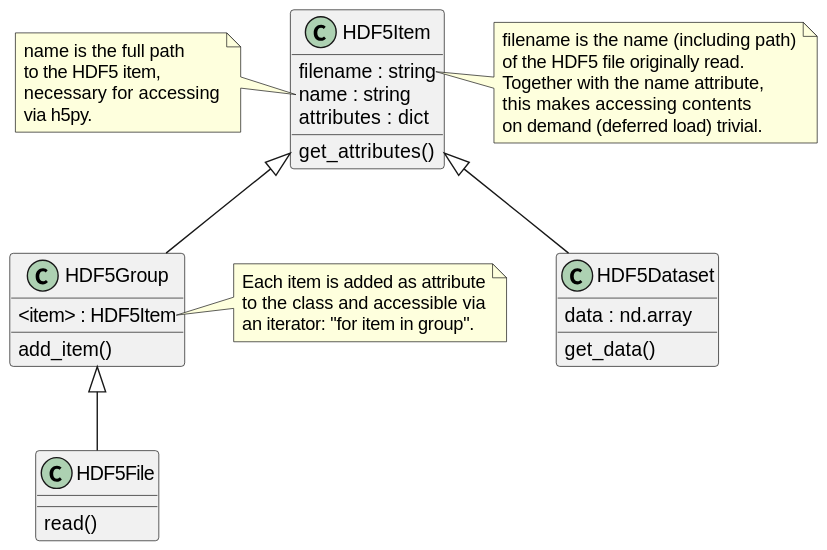
Earlier version of the PlantUML export docs/uml/evedata.io.eveH5.svg (tillbiskup/evedata). Its diagram source:
```plantuml
@startuml

class HDF5Item {
    filename : string
    name : string
    attributes : dict
    get_attributes()
}

note right of HDF5Item::filename {
    filename is the name (including path)
    of the HDF5 file originally read.
    Together with the name attribute,
    this makes accessing contents
    on demand (deferred load) trivial.
}

note left of HDF5Item::name {
    name is the full path
    to the HDF5 item,
    necessary for accessing
    via h5py.
}

class HDF5Group extends HDF5Item {
    <item> : HDF5Item
    add_item()
}

note right of HDF5Group::<item> {
    Each item is added as attribute
    to the class and accessible via
    an iterator: "for item in group".
}

class HDF5Dataset extends HDF5Item {
    data : nd.array
    get_data()
}


class HDF5File extends HDF5Group {
    read()
}
@enduml
```
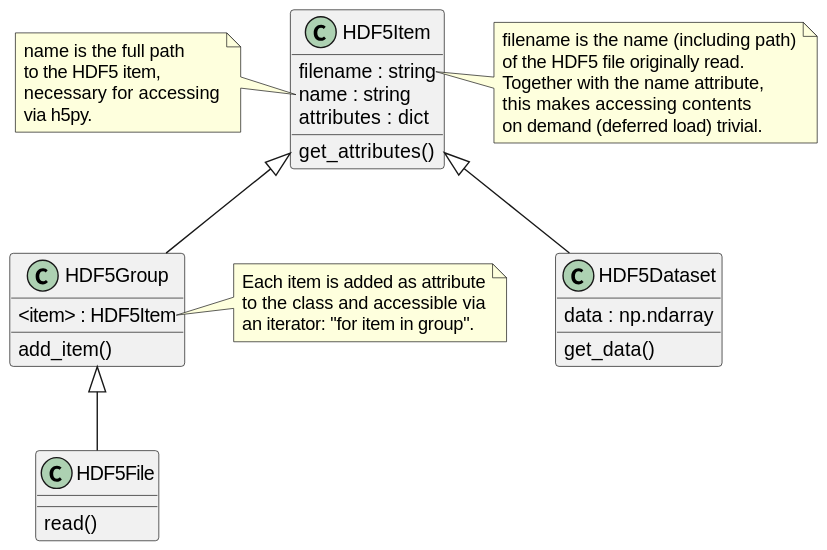
Above is the later version.

Diff of the diagram source:
```diff
@@ -34,7 +34,7 @@
 }
 
 class HDF5Dataset extends HDF5Item {
-    data : nd.array
+    data : np.ndarray
     get_data()
 }
 
```
